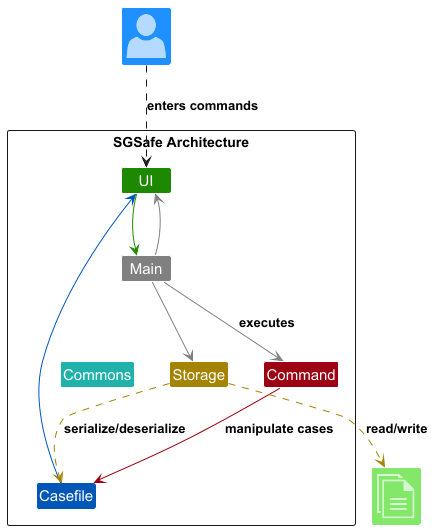
The PlantUML diagram docs/images/ArchitectureDiagramOverall.png in zhengjie2002/tp, before a commit.
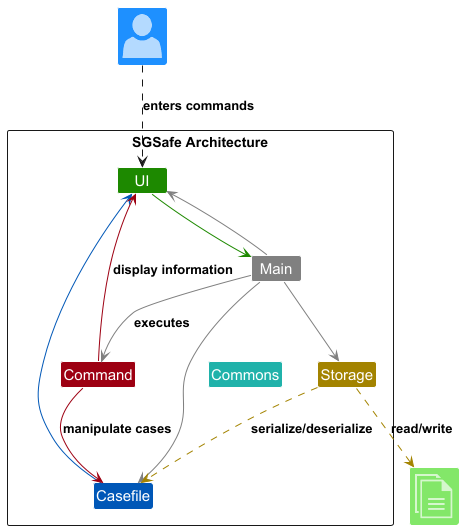
The same file after the commit.

The edit, as a diff of the source:
```diff
@@ -17,16 +17,18 @@
 class "<$documents>" as File UI_COLOR_T1
 
 User ..> UI : enters commands
+
 Casefile -[CASEFILE_COLOR]-> UI
 
 UI -[UI_COLOR]-> Main
 
 Command -[COMMAND_COLOR]-> Casefile : manipulate cases
+Command -[COMMAND_COLOR]-> UI : display information
 
 Main -[#grey]-> Storage
-
 Main -[#grey]-> UI
 Main -[#grey]-> Command : executes
+Main -[#grey]-> Casefile
 Main -[hidden]-> Commons
 
 Storage -[STORAGE_COLOR].> Casefile : serialize/deserialize
```
